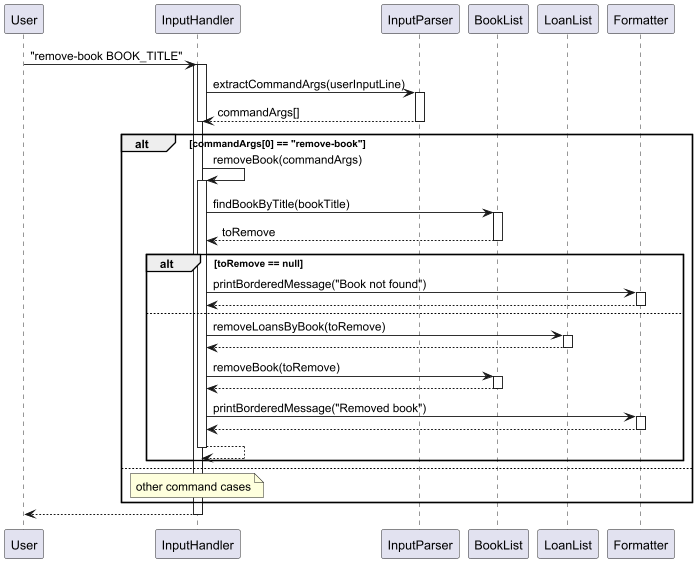
The PlantUML diagram docs/images/removeBook.png in AY2425S2-CS2113-T12-2/tp, before a commit. Its diagram source:
```plantuml
@startuml
participant User
participant InputHandler
participant InputParser
participant BookList
participant LoanList
participant Formatter

User -> InputHandler: "remove-book BOOK_TITLE"
activate InputHandler
    activate InputHandler
    InputHandler -> InputParser: extractCommandArgs(userInputLine)
    activate InputParser
    InputParser --> InputHandler: commandArgs[]
    deactivate InputHandler
    deactivate InputParser
    alt commandArgs[0] == "remove-book"
        InputHandler -> InputHandler: removeBook(commandArgs)
        activate InputHandler
        InputHandler -> BookList: findBookByTitle(bookTitle)
        activate BookList
        BookList --> InputHandler: toRemove
        deactivate BookList
        alt toRemove == null
            InputHandler -> Formatter: printBorderedMessage("Book not found")
            activate Formatter
            Formatter --> InputHandler
            deactivate Formatter
        else
            InputHandler -> LoanList: removeLoansByBook(toRemove)
            activate LoanList
            LoanList --> InputHandler
            deactivate LoanList

            InputHandler -> BookList: removeBook(toRemove)
            activate BookList
            BookList --> InputHandler
            deactivate BookList

            InputHandler -> Formatter: printBorderedMessage("Removed book")
            activate Formatter
            Formatter --> InputHandler
            deactivate Formatter
            InputHandler --> InputHandler
            deactivate InputHandler
        end
    else
    note over InputHandler
    other command cases
    end note
    end

InputHandler --> User
deactivate InputHandler
@enduml
```
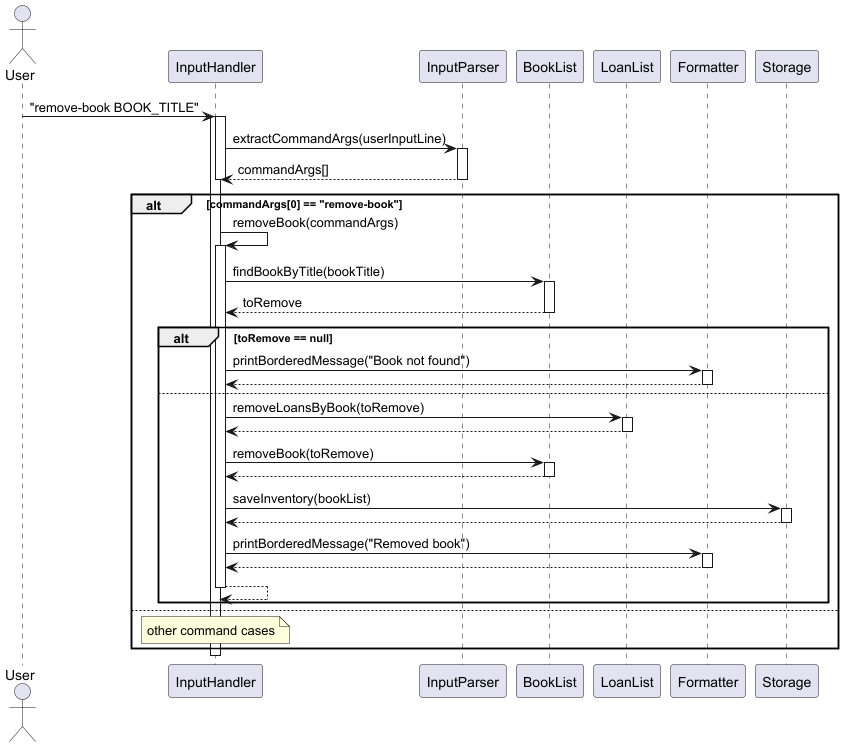
The same diagram one commit later.

The edit, as a diff of the source:
```diff
@@ -1,10 +1,11 @@
 @startuml
-participant User
+actor User
 participant InputHandler
 participant InputParser
 participant BookList
 participant LoanList
 participant Formatter
+participant Storage
 
 User -> InputHandler: "remove-book BOOK_TITLE"
 activate InputHandler
@@ -36,7 +37,10 @@
             activate BookList
             BookList --> InputHandler
             deactivate BookList
-
+            InputHandler -> Storage: saveInventory(bookList)
+            activate Storage
+            Storage --> InputHandler
+            deactivate Storage
             InputHandler -> Formatter: printBorderedMessage("Removed book")
             activate Formatter
             Formatter --> InputHandler
@@ -50,6 +54,5 @@
     end note
     end
 
-InputHandler --> User
 deactivate InputHandler
 @enduml
```
